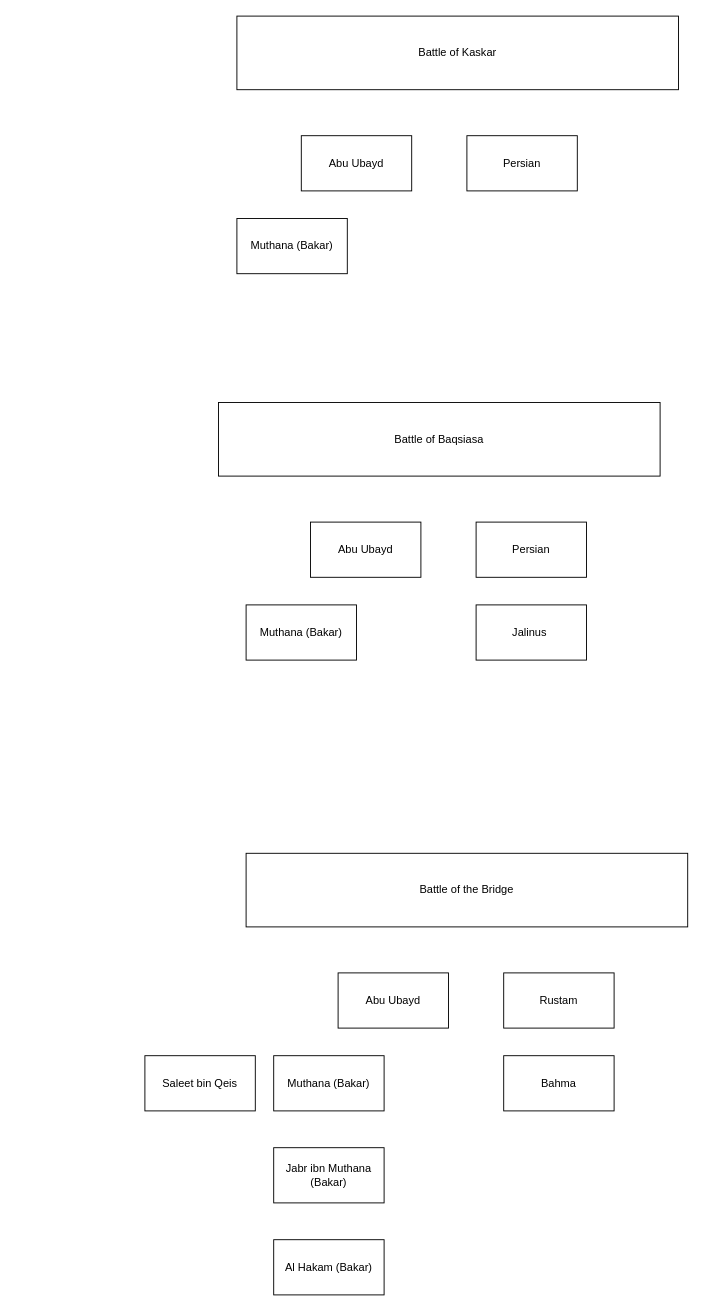
azryzdy/hobbies keeps this draw.io diagram as page "Umar" (3 of 51) of Islam Groupings.drawio. Above is the earlier version. Source tidied: cells renumbered, new cells numbered last; positions are measured from the earlier drawing's top-left corner, leaving out a move shared by most shapes. Both pictures are drawn from the tidied source at 92%, with x=0, y=0 at pixel (144, 16).
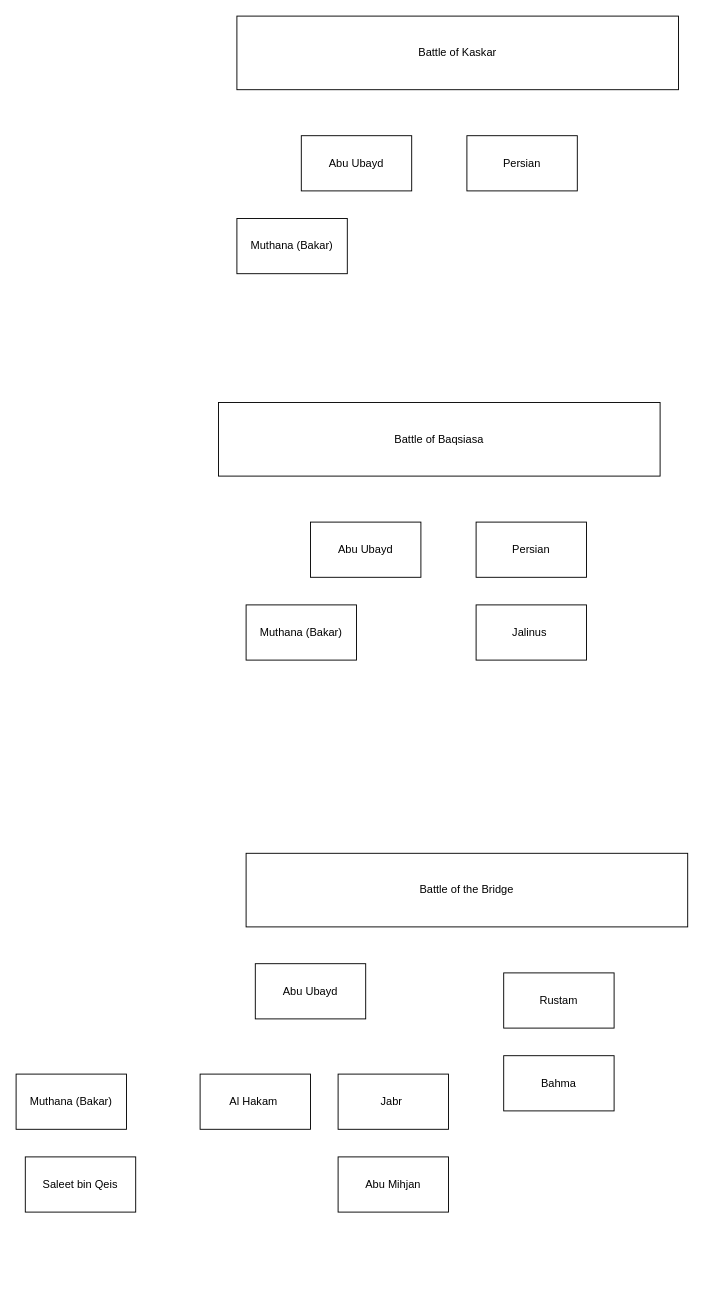
After the change.

Diff of the diagram source:
```diff
@@
 <mxGraphModel>
   <root>
     <mxCell id="0" />
     <mxCell id="1" parent="0" />
     <mxCell id="2" value="Battle of Kaskar" style="rounded=0;whiteSpace=wrap;html=1;" parent="1" vertex="1">
       <mxGeometry x="100" width="480" height="80" as="geometry" />
     </mxCell>
     <mxCell id="3" value="Persian" style="rounded=0;whiteSpace=wrap;html=1;" parent="1" vertex="1">
       <mxGeometry x="350" y="130" width="120" height="60" as="geometry" />
     </mxCell>
     <mxCell id="4" value="Muthana (Bakar)" style="rounded=0;whiteSpace=wrap;html=1;" parent="1" vertex="1">
       <mxGeometry x="100" y="220" width="120" height="60" as="geometry" />
     </mxCell>
     <mxCell id="5" value="Abu Ubayd" style="rounded=0;whiteSpace=wrap;html=1;" parent="1" vertex="1">
       <mxGeometry x="170" y="130" width="120" height="60" as="geometry" />
     </mxCell>
     <mxCell id="6" value="Battle of&amp;nbsp;Baqsiasa" style="rounded=0;whiteSpace=wrap;html=1;" parent="1" vertex="1">
       <mxGeometry x="80" y="420" width="480" height="80" as="geometry" />
     </mxCell>
     <mxCell id="7" value="Persian" style="rounded=0;whiteSpace=wrap;html=1;" parent="1" vertex="1">
       <mxGeometry x="360" y="550" width="120" height="60" as="geometry" />
     </mxCell>
     <mxCell id="8" value="Muthana (Bakar)" style="rounded=0;whiteSpace=wrap;html=1;" parent="1" vertex="1">
       <mxGeometry x="110" y="640" width="120" height="60" as="geometry" />
     </mxCell>
     <mxCell id="9" value="Abu Ubayd" style="rounded=0;whiteSpace=wrap;html=1;" parent="1" vertex="1">
       <mxGeometry x="180" y="550" width="120" height="60" as="geometry" />
     </mxCell>
     <mxCell id="10" value="Jalinus&amp;nbsp;" style="rounded=0;whiteSpace=wrap;html=1;" parent="1" vertex="1">
       <mxGeometry x="360" y="640" width="120" height="60" as="geometry" />
     </mxCell>
     <mxCell id="11" value="Battle of the Bridge" style="rounded=0;whiteSpace=wrap;html=1;" parent="1" vertex="1">
       <mxGeometry x="110" y="910" width="480" height="80" as="geometry" />
     </mxCell>
     <mxCell id="12" value="Rustam" style="rounded=0;whiteSpace=wrap;html=1;" parent="1" vertex="1">
       <mxGeometry x="390" y="1040" width="120" height="60" as="geometry" />
     </mxCell>
     <mxCell id="13" value="Muthana (Bakar)" style="rounded=0;whiteSpace=wrap;html=1;" parent="1" vertex="1">
-      <mxGeometry x="140" y="1130" width="120" height="60" as="geometry" />
+      <mxGeometry x="-140" y="1150" width="120" height="60" as="geometry" />
     </mxCell>
     <mxCell id="14" value="Abu Ubayd" style="rounded=0;whiteSpace=wrap;html=1;" parent="1" vertex="1">
-      <mxGeometry x="210" y="1040" width="120" height="60" as="geometry" />
+      <mxGeometry x="120" y="1030" width="120" height="60" as="geometry" />
     </mxCell>
     <mxCell id="15" value="Bahma" style="rounded=0;whiteSpace=wrap;html=1;" parent="1" vertex="1">
       <mxGeometry x="390" y="1130" width="120" height="60" as="geometry" />
     </mxCell>
     <mxCell id="16" value="Saleet bin Qeis" style="rounded=0;whiteSpace=wrap;html=1;" parent="1" vertex="1">
-      <mxGeometry y="1130" width="120" height="60" as="geometry" />
+      <mxGeometry x="-130" y="1240" width="120" height="60" as="geometry" />
     </mxCell>
-    <mxCell id="17" value="Jabr ibn Muthana (Bakar)" style="rounded=0;whiteSpace=wrap;html=1;" parent="1" vertex="1">
-      <mxGeometry x="140" y="1230" width="120" height="60" as="geometry" />
+    <mxCell id="17" value="Jabr&amp;nbsp;" style="rounded=0;whiteSpace=wrap;html=1;" parent="1" vertex="1">
+      <mxGeometry x="210" y="1150" width="120" height="60" as="geometry" />
     </mxCell>
-    <mxCell id="18" value="Al Hakam (Bakar)" style="rounded=0;whiteSpace=wrap;html=1;" parent="1" vertex="1">
-      <mxGeometry x="140" y="1330" width="120" height="60" as="geometry" />
+    <mxCell id="18" value="Abu Mihjan" style="rounded=0;whiteSpace=wrap;html=1;" parent="1" vertex="1">
+      <mxGeometry x="210" y="1240" width="120" height="60" as="geometry" />
     </mxCell>
+    <mxCell id="19" value="Al Hakam&amp;nbsp;" style="rounded=0;whiteSpace=wrap;html=1;" parent="1" vertex="1">
+      <mxGeometry x="60" y="1150" width="120" height="60" as="geometry" />
+    </mxCell>
   </root>
 </mxGraphModel>
```
